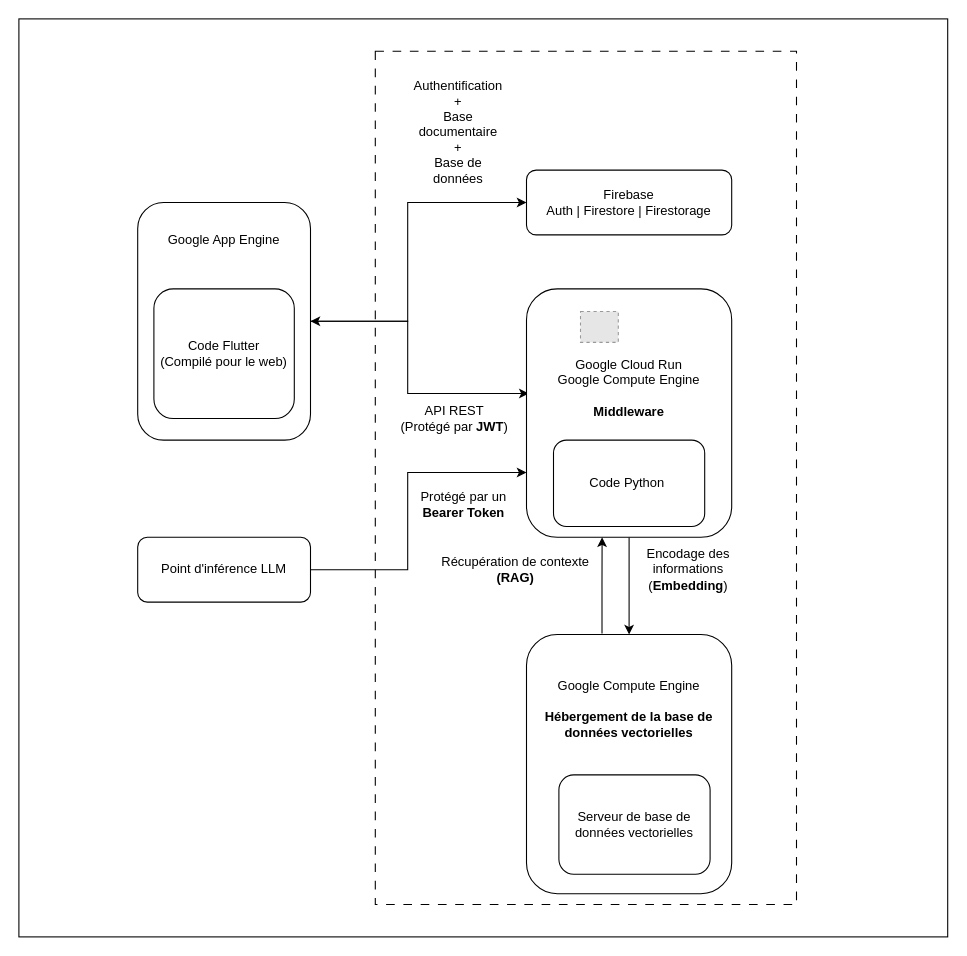
Earlier version of the draw.io diagram schema_galileo.drawio (GilYounicorns/Graph). Source tidied: cells renumbered, new cells numbered last; positions are measured from the earlier drawing's top-left corner, leaving out a move shared by most shapes. Both pictures are drawn from the tidied source at 108%, with x=0, y=0 at pixel (18, 18). Pictures stored in the file or linked from it are replaced by grey dashed boxes.
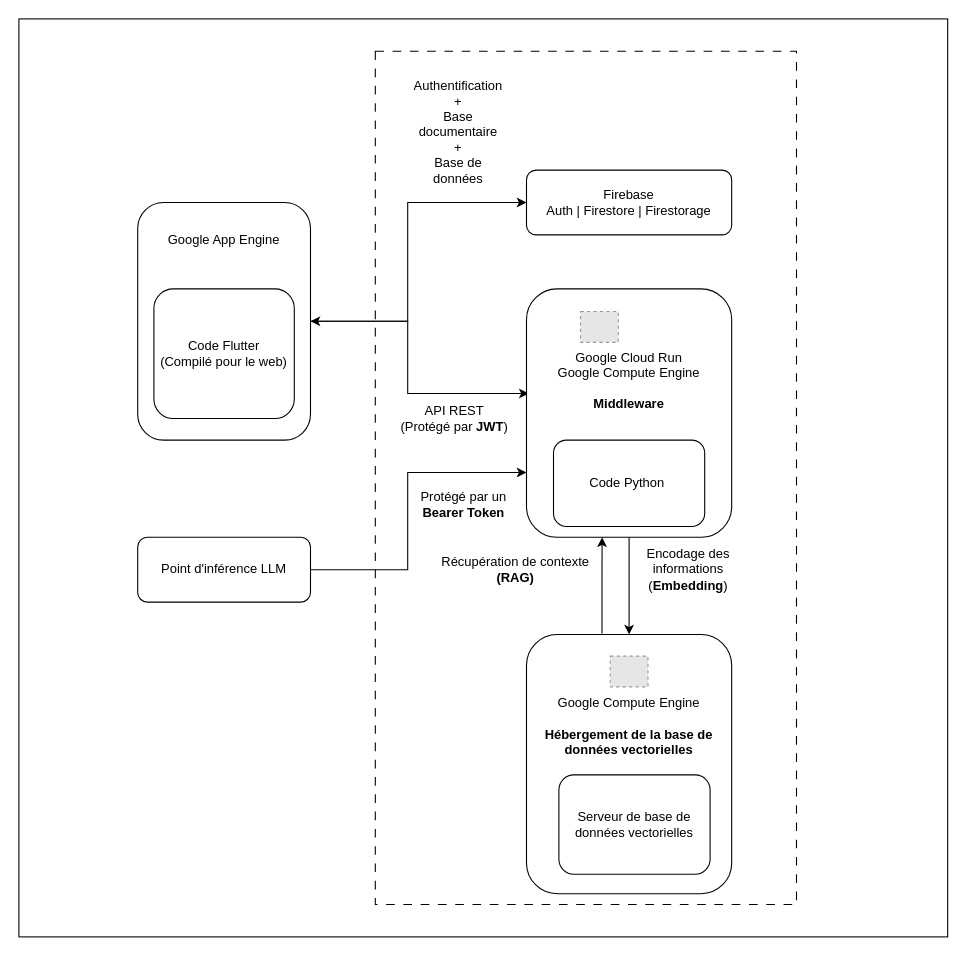
After the change.

Commit message (it also covers changes not shown here):
Mettre à jour schema_galileo.drawio

Unchanged cells that the change refers to:
```xml
<mxCell id="16" style="group;" parent="1" vertex="1">
  <mxGeometry x="470" y="570" width="190" height="240" as="geometry" />
</mxCell>
```

The edit, as a diff of the source:
```diff
@@
-    <mxCell id="10" value="Google Cloud Run&lt;br&gt;Google Compute Engine&lt;br&gt;&lt;br&gt;&lt;b&gt;Middleware&lt;/b&gt;" style="rounded=1;whiteSpace=wrap;html=1;verticalAlign=top;spacingTop=57;" parent="1" vertex="1">
+    <mxCell id="10" value="Google Cloud Run&lt;br&gt;Google Compute Engine&lt;br&gt;&lt;br&gt;&lt;b&gt;Middleware&lt;/b&gt;" style="rounded=1;whiteSpace=wrap;html=1;verticalAlign=top;spacingTop=50;" parent="1" vertex="1">
       <mxGeometry x="470" y="250" width="190" height="230" as="geometry" />
     </mxCell>
@@
-    <mxCell id="17" value="Google Compute Engine&lt;br&gt;&lt;br&gt;&lt;b&gt;Hébergement de la base de données vectorielles&lt;/b&gt;" style="rounded=1;whiteSpace=wrap;html=1;verticalAlign=top;spacingTop=34;" parent="16" vertex="1">
+    <mxCell id="17" value="Google Compute Engine&lt;br&gt;&lt;br&gt;&lt;b&gt;Hébergement de la base de données vectorielles&lt;/b&gt;" style="rounded=1;whiteSpace=wrap;html=1;verticalAlign=top;spacingTop=50;" parent="16" vertex="1">
       <mxGeometry width="190" height="240" as="geometry" />
     </mxCell>
@@
+    <mxCell id="24" style="fillColor=#E6E6E6;strokeColor=#999999;dashed=1;verticalLabelPosition=bottom;labelBackgroundColor=default;verticalAlign=top;" parent="16" vertex="1">
+      <mxGeometry x="77.5" y="20" width="35" height="28.5" as="geometry" />
+    </mxCell>
```
